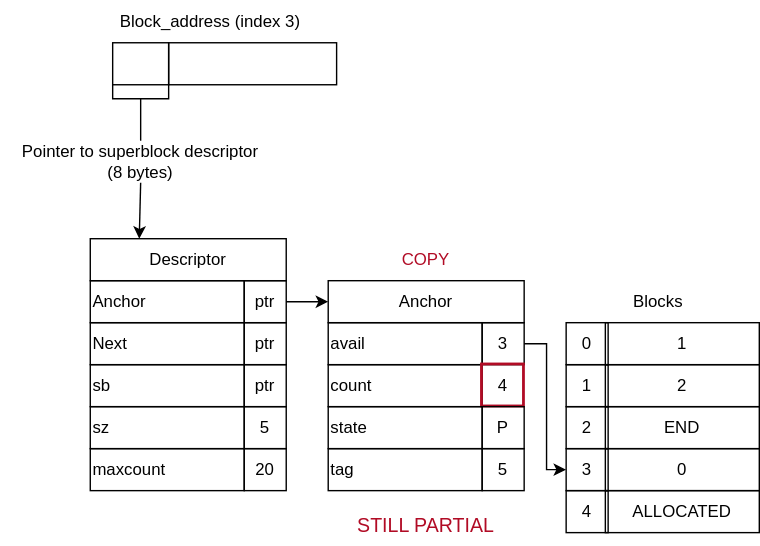
Above: img/free/free-Increment_avail.drawio.svg in ConcLab/Docs (draw.io), before the change. Source tidied: cells renumbered, new cells last; positions are measured from the earlier drawing's top-left corner, leaving out a move shared by most shapes. Its diagram source:
```xml
<mxGraphModel>
  <root>
    <mxCell id="0" />
    <mxCell id="1" parent="0" />
    <mxCell id="2" style="rounded=0;whiteSpace=wrap;html=1;fillColor=none;strokeColor=light-dark(#000000,#FFFFFF);" parent="1" vertex="1">
      <mxGeometry x="80" y="30" width="40" height="30" as="geometry" />
    </mxCell>
    <mxCell id="3" style="rounded=0;whiteSpace=wrap;html=1;fillColor=none;" parent="1" vertex="1">
      <mxGeometry x="120" y="30" width="120" height="30" as="geometry" />
    </mxCell>
    <mxCell id="4" style="endArrow=none;html=1;rounded=0;defaultLabelBackgroundColor=page;labelPadding=0 4;entryX=0;entryY=1;entryDx=0;entryDy=0;exitX=0;exitY=1;exitDx=0;exitDy=0;" parent="1" edge="1" source="3" target="2">
      <mxGeometry x="0.27" relative="1" as="geometry">
        <Array as="points">
          <mxPoint x="120" y="70" />
          <mxPoint x="100" y="70" />
          <mxPoint x="80" y="70" />
        </Array>
      </mxGeometry>
    </mxCell>
    <mxCell id="5" style="endArrow=none;html=1;rounded=0;defaultLabelBackgroundColor=page;labelPadding=0 4;" parent="1" edge="1" source="41">
      <mxGeometry relative="1" as="geometry">
        <mxPoint x="100" y="70" as="targetPoint" />
      </mxGeometry>
    </mxCell>
    <mxCell id="6" value="Descriptor" style="rounded=0;whiteSpace=wrap;html=1;fillColor=none;" parent="1" vertex="1">
      <mxGeometry x="64" y="170" width="140" height="30" as="geometry" />
    </mxCell>
    <mxCell id="7" value="Anchor" style="rounded=0;whiteSpace=wrap;html=1;align=left;fillColor=none;" parent="1" vertex="1">
      <mxGeometry x="64" y="200" width="110" height="30" as="geometry" />
    </mxCell>
    <mxCell id="8" value="ptr" style="rounded=0;whiteSpace=wrap;html=1;fillColor=none;" parent="1" vertex="1">
      <mxGeometry x="174" y="200" width="30" height="30" as="geometry" />
    </mxCell>
    <mxCell id="9" value="Next" style="rounded=0;whiteSpace=wrap;html=1;align=left;fillColor=none;" parent="1" vertex="1">
      <mxGeometry x="64" y="230" width="110" height="30" as="geometry" />
    </mxCell>
    <mxCell id="10" value="ptr" style="rounded=0;whiteSpace=wrap;html=1;fillColor=none;" parent="1" vertex="1">
      <mxGeometry x="174" y="230" width="30" height="30" as="geometry" />
    </mxCell>
    <mxCell id="11" value="sb" style="rounded=0;whiteSpace=wrap;html=1;align=left;fillColor=none;" parent="1" vertex="1">
      <mxGeometry x="64" y="260" width="110" height="30" as="geometry" />
    </mxCell>
    <mxCell id="12" value="ptr" style="rounded=0;whiteSpace=wrap;html=1;fillColor=none;" parent="1" vertex="1">
      <mxGeometry x="174" y="260" width="30" height="30" as="geometry" />
    </mxCell>
    <mxCell id="13" value="sz" style="rounded=0;whiteSpace=wrap;html=1;align=left;fillColor=none;" parent="1" vertex="1">
      <mxGeometry x="64" y="290" width="110" height="30" as="geometry" />
    </mxCell>
    <mxCell id="14" value="5" style="rounded=0;whiteSpace=wrap;html=1;fillColor=none;" parent="1" vertex="1">
      <mxGeometry x="174" y="290" width="30" height="30" as="geometry" />
    </mxCell>
    <mxCell id="15" value="maxcount" style="rounded=0;whiteSpace=wrap;html=1;align=left;fillColor=none;" parent="1" vertex="1">
      <mxGeometry x="64" y="320" width="110" height="30" as="geometry" />
    </mxCell>
    <mxCell id="16" value="20" style="rounded=0;whiteSpace=wrap;html=1;fillColor=none;" parent="1" vertex="1">
      <mxGeometry x="174" y="320" width="30" height="30" as="geometry" />
    </mxCell>
    <mxCell id="17" style="endArrow=classic;html=1;rounded=0;defaultLabelBackgroundColor=page;labelPadding=0 4;exitX=1;exitY=0.5;exitDx=0;exitDy=0;entryX=0;entryY=0.5;entryDx=0;entryDy=0;" parent="1" edge="1" source="8" target="18">
      <mxGeometry relative="1" as="geometry" />
    </mxCell>
    <mxCell id="18" value="Anchor" style="rounded=0;whiteSpace=wrap;html=1;fillColor=none;" parent="1" vertex="1">
      <mxGeometry x="234" y="200" width="140" height="30" as="geometry" />
    </mxCell>
    <mxCell id="19" value="avail" style="rounded=0;whiteSpace=wrap;html=1;align=left;fillColor=none;" parent="1" vertex="1">
      <mxGeometry x="234" y="230" width="110" height="30" as="geometry" />
    </mxCell>
    <mxCell id="20" value="3" style="rounded=0;whiteSpace=wrap;html=1;fontColor=light-dark(#000000,#FFFFFF);strokeColor=light-dark(#000000,#FFFFFF);fillColor=none;" parent="1" vertex="1">
      <mxGeometry x="344" y="230" width="30" height="30" as="geometry" />
    </mxCell>
    <mxCell id="21" value="1" style="rounded=0;whiteSpace=wrap;html=1;align=center;fillColor=none;" parent="1" vertex="1">
      <mxGeometry x="432" y="230" width="110" height="30" as="geometry" />
    </mxCell>
    <mxCell id="22" value="0" style="rounded=0;whiteSpace=wrap;html=1;fillColor=none;" parent="1" vertex="1">
      <mxGeometry x="404" y="230" width="30" height="30" as="geometry" />
    </mxCell>
    <mxCell id="23" value="Blocks" style="text;html=1;whiteSpace=wrap;strokeColor=none;fillColor=none;align=center;verticalAlign=middle;rounded=0;" parent="1" vertex="1">
      <mxGeometry x="440" y="200" width="60" height="30" as="geometry" />
    </mxCell>
    <mxCell id="24" value="2" style="rounded=0;whiteSpace=wrap;html=1;align=center;fillColor=none;" parent="1" vertex="1">
      <mxGeometry x="432" y="260" width="110" height="30" as="geometry" />
    </mxCell>
    <mxCell id="25" value="1" style="rounded=0;whiteSpace=wrap;html=1;fillColor=none;" parent="1" vertex="1">
      <mxGeometry x="404" y="260" width="30" height="30" as="geometry" />
    </mxCell>
    <mxCell id="26" value="END" style="rounded=0;whiteSpace=wrap;html=1;align=center;fillColor=none;" parent="1" vertex="1">
      <mxGeometry x="432" y="290" width="110" height="30" as="geometry" />
    </mxCell>
    <mxCell id="27" value="2" style="rounded=0;whiteSpace=wrap;html=1;fillColor=none;" parent="1" vertex="1">
      <mxGeometry x="404" y="290" width="30" height="30" as="geometry" />
    </mxCell>
    <mxCell id="28" value="0" style="rounded=0;whiteSpace=wrap;html=1;align=center;fontColor=light-dark(#000000,#FFFFFF);strokeColor=light-dark(#000000,#FFFFFF);strokeWidth=1;fillColor=none;" parent="1" vertex="1">
      <mxGeometry x="432" y="320" width="110" height="30" as="geometry" />
    </mxCell>
    <mxCell id="29" value="3" style="rounded=0;whiteSpace=wrap;html=1;fillColor=none;" parent="1" vertex="1">
      <mxGeometry x="404" y="320" width="30" height="30" as="geometry" />
    </mxCell>
    <mxCell id="30" value="ALLOCATED" style="rounded=0;whiteSpace=wrap;html=1;align=center;fillColor=none;" parent="1" vertex="1">
      <mxGeometry x="432" y="350" width="110" height="30" as="geometry" />
    </mxCell>
    <mxCell id="31" value="4" style="rounded=0;whiteSpace=wrap;html=1;fillColor=none;" parent="1" vertex="1">
      <mxGeometry x="404" y="350" width="30" height="30" as="geometry" />
    </mxCell>
    <mxCell id="32" style="endArrow=classic;html=1;rounded=0;defaultLabelBackgroundColor=page;labelPadding=0 4;exitX=1;exitY=0.5;exitDx=0;exitDy=0;entryX=0;entryY=0.5;entryDx=0;entryDy=0;fontColor=light-dark(#000000,#B10B25);strokeColor=light-dark(#000000,#FFFFFF);" parent="1" edge="1" source="20" target="29">
      <mxGeometry relative="1" as="geometry">
        <Array as="points">
          <mxPoint x="390" y="245" />
          <mxPoint x="390" y="335" />
        </Array>
      </mxGeometry>
    </mxCell>
    <mxCell id="33" value="count" style="rounded=0;whiteSpace=wrap;html=1;align=left;fillColor=none;" parent="1" vertex="1">
      <mxGeometry x="234" y="260" width="110" height="30" as="geometry" />
    </mxCell>
    <mxCell id="34" value="4" style="rounded=0;whiteSpace=wrap;html=1;strokeColor=light-dark(#B10B25,#B10B25);fontColor=light-dark(#000000,#B10B25);strokeWidth=2;fillColor=none;" parent="1" vertex="1">
      <mxGeometry x="344" y="260" width="30" height="30" as="geometry" />
    </mxCell>
    <mxCell id="35" value="state" style="rounded=0;whiteSpace=wrap;html=1;align=left;fillColor=none;" parent="1" vertex="1">
      <mxGeometry x="234" y="290" width="110" height="30" as="geometry" />
    </mxCell>
    <mxCell id="36" value="P" style="rounded=0;whiteSpace=wrap;html=1;fontColor=light-dark(#000000,#FFFFFF);strokeColor=light-dark(#000000,#FFFFFF);fillColor=none;" parent="1" vertex="1">
      <mxGeometry x="344" y="290" width="30" height="30" as="geometry" />
    </mxCell>
    <mxCell id="37" value="tag" style="rounded=0;whiteSpace=wrap;html=1;align=left;fillColor=none;" parent="1" vertex="1">
      <mxGeometry x="234" y="320" width="110" height="30" as="geometry" />
    </mxCell>
    <mxCell id="38" value="5" style="rounded=0;whiteSpace=wrap;html=1;fillColor=none;" parent="1" vertex="1">
      <mxGeometry x="344" y="320" width="30" height="30" as="geometry" />
    </mxCell>
    <mxCell id="39" style="endArrow=classic;html=1;rounded=0;defaultLabelBackgroundColor=page;labelPadding=0 4;exitX=0.5;exitY=1;exitDx=0;exitDy=0;entryX=0.25;entryY=0;entryDx=0;entryDy=0;" parent="1" edge="1" source="41" target="6">
      <mxGeometry relative="1" as="geometry" />
    </mxCell>
    <mxCell id="40" style="endArrow=none;html=1;rounded=0;defaultLabelBackgroundColor=page;labelPadding=0 4;" parent="1" edge="1" target="41">
      <mxGeometry relative="1" as="geometry">
        <mxPoint x="100" y="100" as="sourcePoint" />
      </mxGeometry>
    </mxCell>
    <mxCell id="41" value="&lt;div&gt;Pointer to superblock descriptor&lt;/div&gt;(8 bytes)" style="text;html=1;whiteSpace=wrap;strokeColor=none;fillColor=none;align=center;verticalAlign=middle;rounded=0;fontColor=light-dark(#000000,#FFFFFF);" parent="1" vertex="1">
      <mxGeometry y="100" width="200" height="30" as="geometry" />
    </mxCell>
    <mxCell id="42" value="COPY" style="text;html=1;whiteSpace=wrap;strokeColor=none;fillColor=none;align=center;verticalAlign=middle;rounded=0;fontColor=light-dark(#B10B25,#B10B25);" parent="1" vertex="1">
      <mxGeometry x="274" y="170" width="60" height="30" as="geometry" />
    </mxCell>
    <mxCell id="43" value="&lt;div&gt;Block_address (index 3)&lt;/div&gt;" style="text;html=1;whiteSpace=wrap;strokeColor=none;fillColor=none;align=center;verticalAlign=middle;rounded=0;" parent="1" vertex="1">
      <mxGeometry x="80" width="140" height="30" as="geometry" />
    </mxCell>
    <mxCell id="44" value="STILL PARTIAL" style="text;html=1;whiteSpace=wrap;strokeColor=none;fillColor=none;align=center;verticalAlign=middle;rounded=0;fontColor=light-dark(#B10B25,#B10B25);fontSize=14;" parent="1" vertex="1">
      <mxGeometry x="227" y="360" width="154" height="30" as="geometry" />
    </mxCell>
  </root>
</mxGraphModel>
```
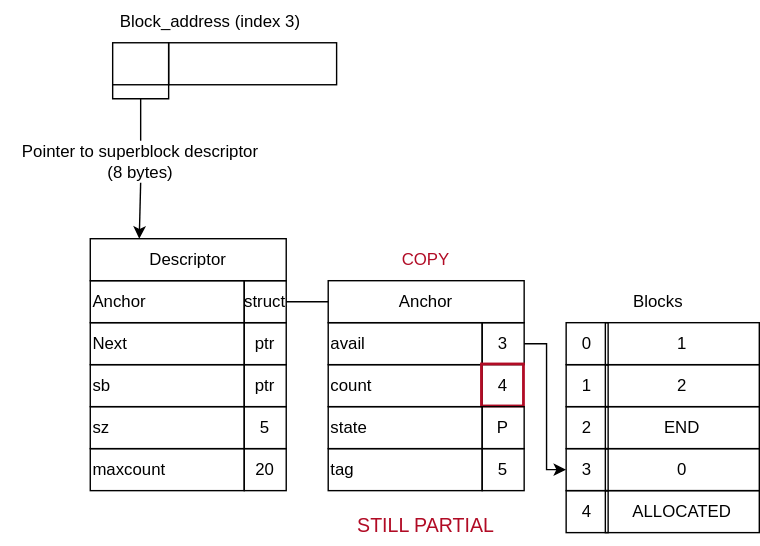
The same diagram one commit later.

What changed in the source:
```diff
@@ -28,7 +28,7 @@
     <mxCell id="7" value="Anchor" style="rounded=0;whiteSpace=wrap;html=1;align=left;fillColor=none;" parent="1" vertex="1">
       <mxGeometry x="64" y="200" width="110" height="30" as="geometry" />
     </mxCell>
-    <mxCell id="8" value="ptr" style="rounded=0;whiteSpace=wrap;html=1;fillColor=none;" parent="1" vertex="1">
+    <mxCell id="8" value="struct" style="rounded=0;whiteSpace=wrap;html=1;fillColor=none;" parent="1" vertex="1">
       <mxGeometry x="174" y="200" width="30" height="30" as="geometry" />
     </mxCell>
     <mxCell id="9" value="Next" style="rounded=0;whiteSpace=wrap;html=1;align=left;fillColor=none;" parent="1" vertex="1">
@@ -55,7 +55,7 @@
     <mxCell id="16" value="20" style="rounded=0;whiteSpace=wrap;html=1;fillColor=none;" parent="1" vertex="1">
       <mxGeometry x="174" y="320" width="30" height="30" as="geometry" />
     </mxCell>
-    <mxCell id="17" style="endArrow=classic;html=1;rounded=0;defaultLabelBackgroundColor=page;labelPadding=0 4;exitX=1;exitY=0.5;exitDx=0;exitDy=0;entryX=0;entryY=0.5;entryDx=0;entryDy=0;" parent="1" edge="1" source="8" target="18">
+    <mxCell id="17" style="endArrow=none;html=1;rounded=0;defaultLabelBackgroundColor=page;labelPadding=0 4;exitX=1;exitY=0.5;exitDx=0;exitDy=0;entryX=0;entryY=0.5;entryDx=0;entryDy=0;endFill=0;" parent="1" edge="1" source="8" target="18">
       <mxGeometry relative="1" as="geometry" />
     </mxCell>
     <mxCell id="18" value="Anchor" style="rounded=0;whiteSpace=wrap;html=1;fillColor=none;" parent="1" vertex="1">
```
